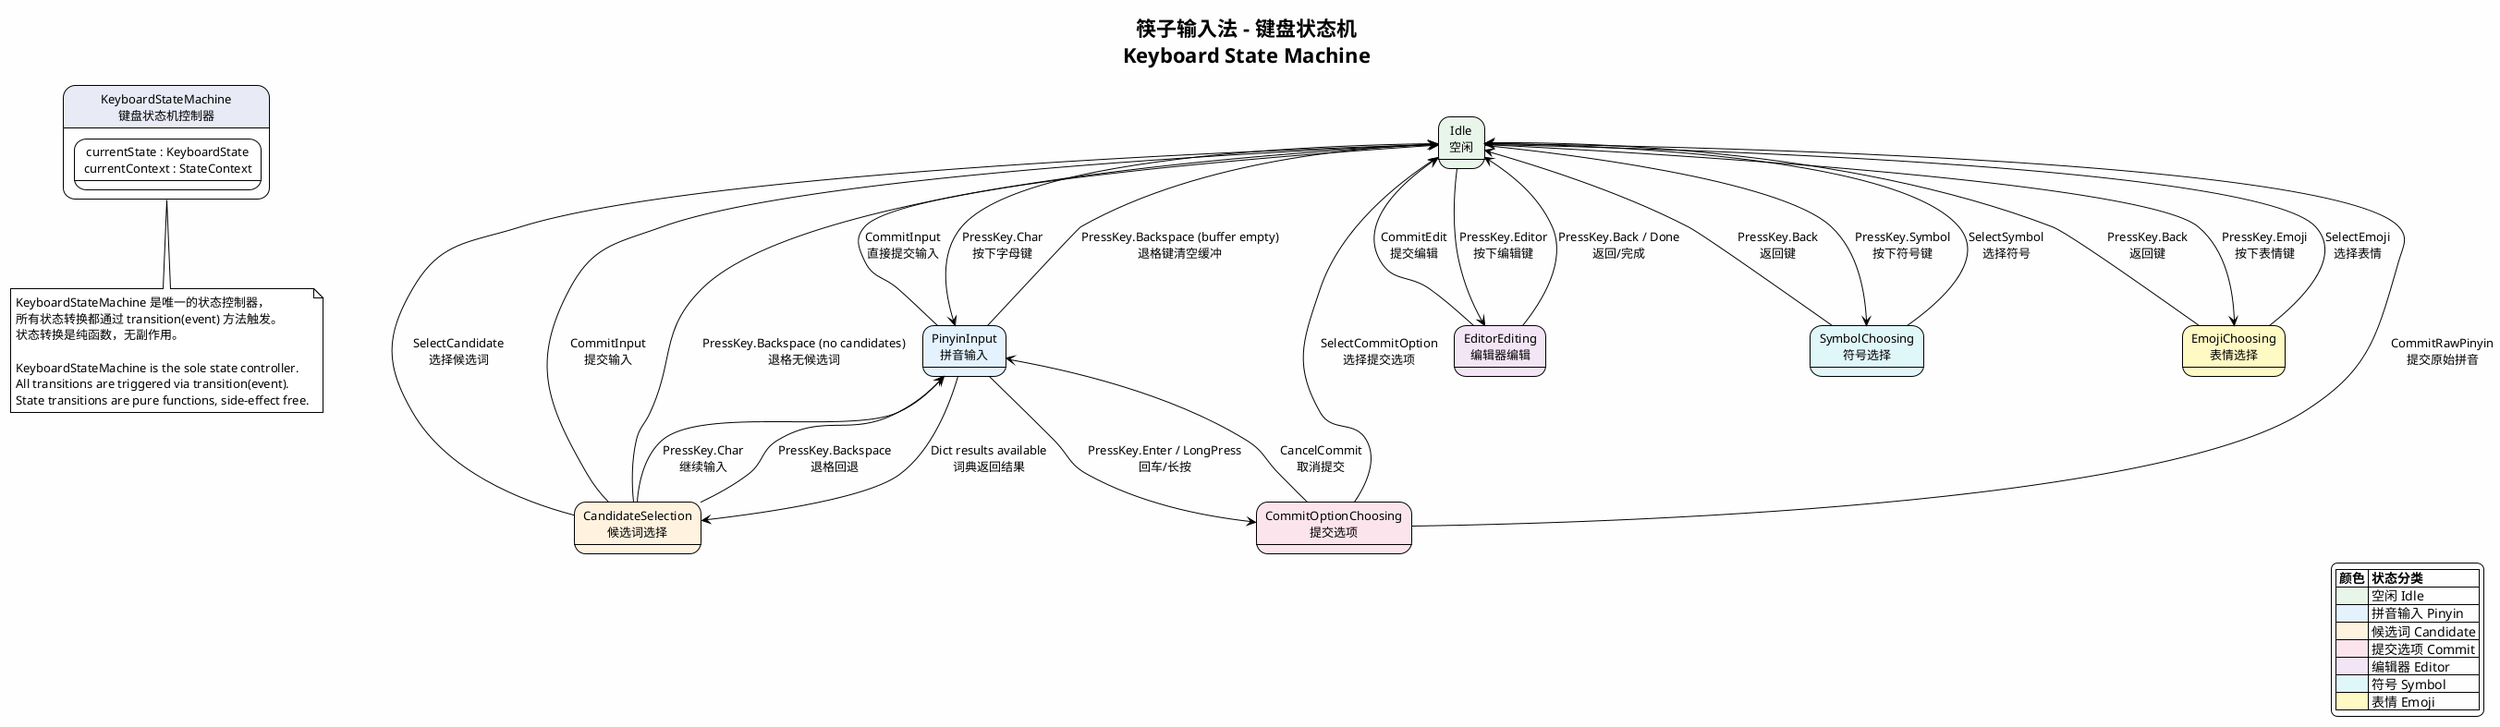
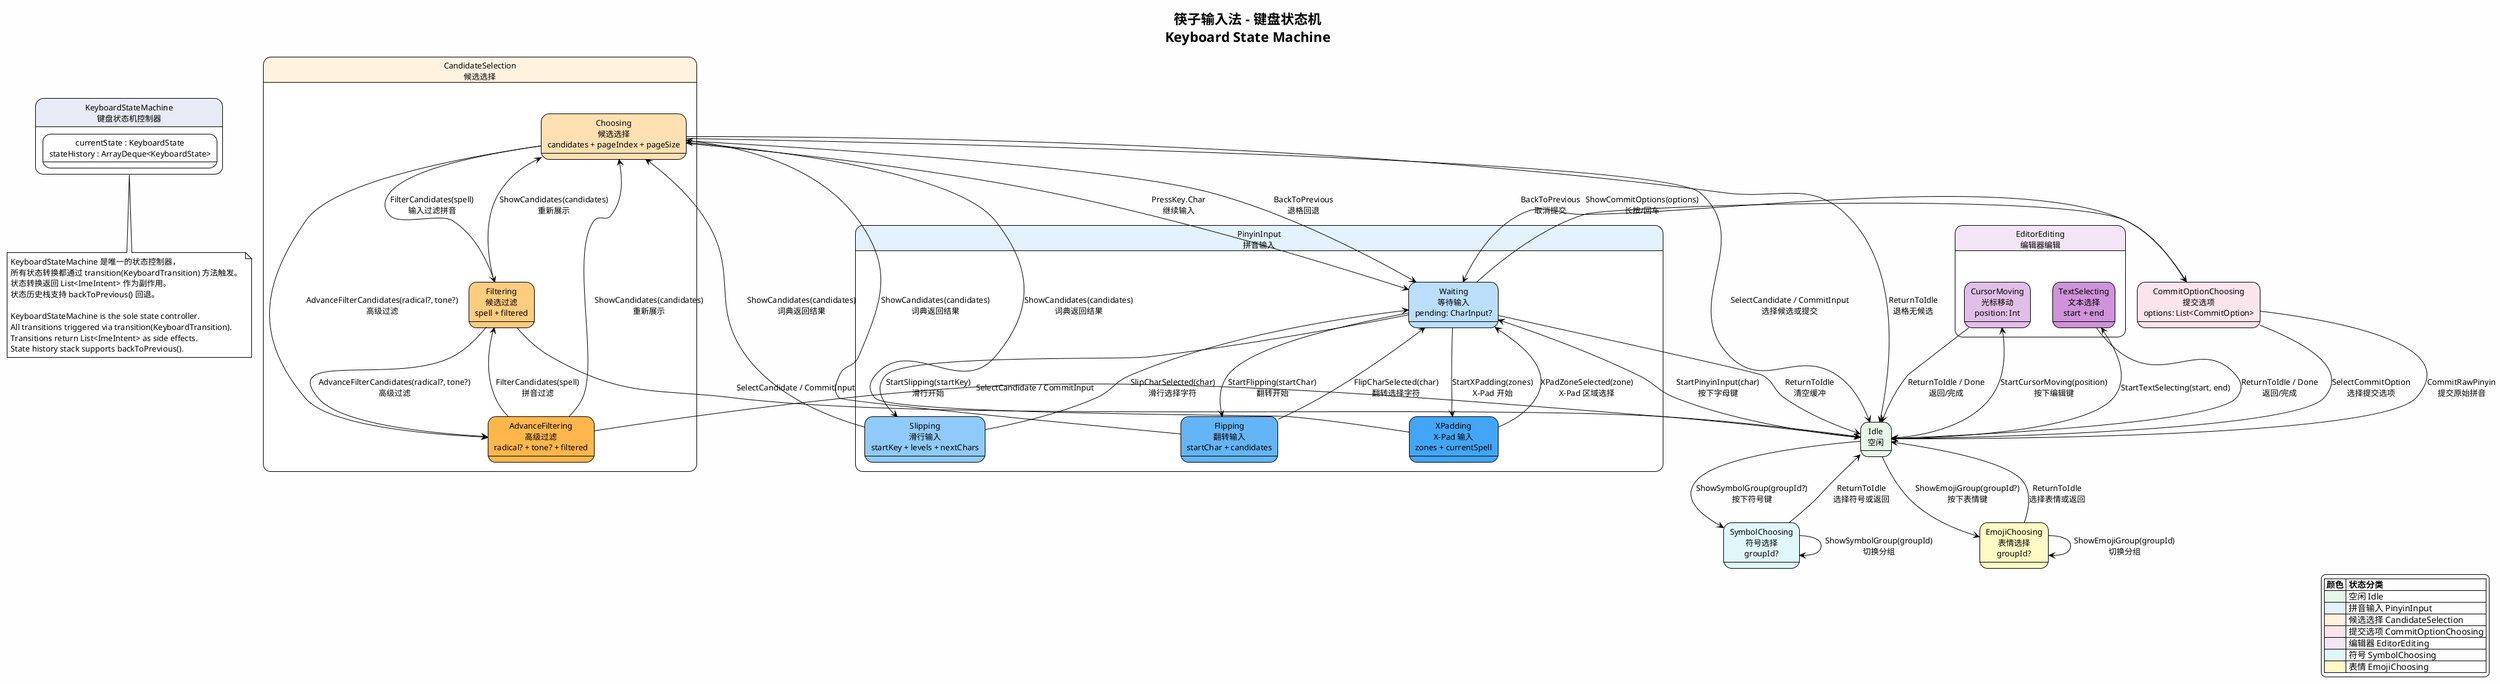
@startuml engine-state-machine
!theme plain
skinparam backgroundColor #FEFEFE
skinparam shadowing false
skinparam defaultFontSize 13
skinparam stateFontSize 13

title 筷子输入法 - 键盘状态机\nKeyboard State Machine

' ─── Controller ────────────────────────────────────────────────────

state "KeyboardStateMachine\n键盘状态机控制器" as KSM #E8EAF6 {
-     state "currentState : KeyboardState\ncurrentContext : StateContext" as context
+     state "currentState : KeyboardState\nstateHistory : ArrayDeque<KeyboardState>" as context
}

- ' ─── States ────────────────────────────────────────────────────────
+ ' ─── Top-level States ──────────────────────────────────────────────

state "Idle\n空闲" as Idle #E8F5E9
- state "PinyinInput\n拼音输入" as PinyinInput #E3F2FD
- state "CandidateSelection\n候选词选择" as CandidateSelection #FFF3E0
- state "CommitOptionChoosing\n提交选项" as CommitOptionChoosing #FCE4EC
- state "EditorEditing\n编辑器编辑" as EditorEditing #F3E5F5
- state "SymbolChoosing\n符号选择" as SymbolChoosing #E0F7FA
- state "EmojiChoosing\n表情选择" as EmojiChoosing #FFF9C4
+ 
+ state "PinyinInput\n拼音输入" as PinyinInput #E3F2FD {
+     state "Waiting\n等待输入\npending: CharInput?" as PinyinWaiting #BBDEFB
+     state "Slipping\n滑行输入\nstartKey + levels + nextChars" as PinyinSlipping #90CAF9
+     state "Flipping\n翻转输入\nstartChar + candidates" as PinyinFlipping #64B5F6
+     state "XPadding\nX-Pad 输入\nzones + currentSpell" as PinyinXPadding #42A5F5
+ }
+ 
+ state "CandidateSelection\n候选选择" as CandidateSelection #FFF3E0 {
+     state "Choosing\n候选选择\ncandidates + pageIndex + pageSize" as CandidateChoosing #FFE0B2
+     state "Filtering\n候选过滤\nspell + filtered" as CandidateFiltering #FFCC80
+     state "AdvanceFiltering\n高级过滤\nradical? + tone? + filtered" as CandidateAdvanceFiltering #FFB74D
+ }
+ 
+ state "CommitOptionChoosing\n提交选项\noptions: List<CommitOption>" as CommitOptionChoosing #FCE4EC
+ 
+ state "EditorEditing\n编辑器编辑" as EditorEditing #F3E5F5 {
+     state "CursorMoving\n光标移动\nposition: Int" as EditorCursorMoving #E1BEE7
+     state "TextSelecting\n文本选择\nstart + end" as EditorTextSelecting #CE93D8
+ }
+ 
+ state "SymbolChoosing\n符号选择\ngroupId?" as SymbolChoosing #E0F7FA
+ 
+ state "EmojiChoosing\n表情选择\ngroupId?" as EmojiChoosing #FFF9C4

' ─── Idle Transitions ──────────────────────────────────────────────

- Idle --> PinyinInput : PressKey.Char\n按下字母键
- Idle --> EditorEditing : PressKey.Editor\n按下编辑键
- Idle --> SymbolChoosing : PressKey.Symbol\n按下符号键
- Idle --> EmojiChoosing : PressKey.Emoji\n按下表情键
+ Idle --> PinyinWaiting : StartPinyinInput(char)\n按下字母键
+ Idle --> EditorCursorMoving : StartCursorMoving(position)\n按下编辑键
+ Idle --> EditorTextSelecting : StartTextSelecting(start, end)
+ Idle --> SymbolChoosing : ShowSymbolGroup(groupId?)\n按下符号键
+ Idle --> EmojiChoosing : ShowEmojiGroup(groupId?)\n按下表情键

- ' ─── PinyinInput Transitions ──────────────────────────────────────
+ ' ─── PinyinInput Sub-state Transitions ─────────────────────────────

- PinyinInput --> CandidateSelection : Dict results available\n词典返回结果
- PinyinInput --> Idle : PressKey.Backspace (buffer empty)\n退格键清空缓冲
- PinyinInput --> CommitOptionChoosing : PressKey.Enter / LongPress\n回车/长按
- PinyinInput --> Idle : CommitInput\n直接提交输入
+ PinyinWaiting --> PinyinSlipping : StartSlipping(startKey)\n滑行开始
+ PinyinWaiting --> PinyinFlipping : StartFlipping(startChar)\n翻转开始
+ PinyinWaiting --> PinyinXPadding : StartXPadding(zones)\nX-Pad 开始

- ' ─── CandidateSelection Transitions ───────────────────────────────
+ PinyinSlipping --> PinyinWaiting : SlipCharSelected(char)\n滑行选择字符
+ PinyinSlipping --> CandidateChoosing : ShowCandidates(candidates)\n词典返回结果

- CandidateSelection --> Idle : SelectCandidate\n选择候选词
- CandidateSelection --> Idle : CommitInput\n提交输入
- CandidateSelection --> PinyinInput : PressKey.Char\n继续输入
- CandidateSelection --> Idle : PressKey.Backspace (no candidates)\n退格无候选词
- CandidateSelection --> PinyinInput : PressKey.Backspace\n退格回退
+ PinyinFlipping --> PinyinWaiting : FlipCharSelected(char)\n翻转选择字符
+ PinyinFlipping --> CandidateChoosing : ShowCandidates(candidates)\n词典返回结果
+ 
+ PinyinXPadding --> PinyinWaiting : XPadZoneSelected(zone)\nX-Pad 区域选择
+ PinyinXPadding --> CandidateChoosing : ShowCandidates(candidates)\n词典返回结果
+ 
+ ' ─── CandidateSelection Sub-state Transitions ─────────────────────
+ 
+ CandidateChoosing --> CandidateFiltering : FilterCandidates(spell)\n输入过滤拼音
+ CandidateChoosing --> CandidateAdvanceFiltering : AdvanceFilterCandidates(radical?, tone?)\n高级过滤
+ CandidateChoosing --> Idle : SelectCandidate / CommitInput\n选择候选或提交
+ 
+ CandidateFiltering --> CandidateChoosing : ShowCandidates(candidates)\n重新展示
+ CandidateFiltering --> CandidateAdvanceFiltering : AdvanceFilterCandidates(radical?, tone?)\n高级过滤
+ CandidateFiltering --> Idle : SelectCandidate / CommitInput
+ 
+ CandidateAdvanceFiltering --> CandidateChoosing : ShowCandidates(candidates)\n重新展示
+ CandidateAdvanceFiltering --> CandidateFiltering : FilterCandidates(spell)\n拼音过滤
+ CandidateAdvanceFiltering --> Idle : SelectCandidate / CommitInput
+ 
+ ' ─── CandidateSelection → PinyinInput ─────────────────────────────
+ 
+ CandidateChoosing --> PinyinWaiting : PressKey.Char\n继续输入
+ CandidateChoosing --> PinyinWaiting : BackToPrevious\n退格回退

' ─── CommitOptionChoosing Transitions ─────────────────────────────

+ PinyinWaiting --> CommitOptionChoosing : ShowCommitOptions(options)\n长按/回车
+ 
CommitOptionChoosing --> Idle : SelectCommitOption\n选择提交选项
- CommitOptionChoosing --> PinyinInput : CancelCommit\n取消提交
+ CommitOptionChoosing --> PinyinWaiting : BackToPrevious\n取消提交
CommitOptionChoosing --> Idle : CommitRawPinyin\n提交原始拼音

' ─── EditorEditing Transitions ────────────────────────────────────

- EditorEditing --> Idle : PressKey.Back / Done\n返回/完成
- EditorEditing --> Idle : CommitEdit\n提交编辑
+ EditorCursorMoving --> Idle : ReturnToIdle / Done\n返回/完成
+ EditorTextSelecting --> Idle : ReturnToIdle / Done\n返回/完成

' ─── SymbolChoosing Transitions ───────────────────────────────────

- SymbolChoosing --> Idle : SelectSymbol\n选择符号
- SymbolChoosing --> Idle : PressKey.Back\n返回键
+ SymbolChoosing --> Idle : ReturnToIdle\n选择符号或返回
+ SymbolChoosing --> SymbolChoosing : ShowSymbolGroup(groupId)\n切换分组

' ─── EmojiChoosing Transitions ────────────────────────────────────

- EmojiChoosing --> Idle : SelectEmoji\n选择表情
- EmojiChoosing --> Idle : PressKey.Back\n返回键
+ EmojiChoosing --> Idle : ReturnToIdle\n选择表情或返回
+ EmojiChoosing --> EmojiChoosing : ShowEmojiGroup(groupId)\n切换分组
+ 
+ ' ─── Common Return ────────────────────────────────────────────────
+ 
+ PinyinWaiting --> Idle : ReturnToIdle\n清空缓冲
+ CandidateChoosing --> Idle : ReturnToIdle\n退格无候选

' ─── Legend ────────────────────────────────────────────────────────

legend right
    |= 颜色 |= 状态分类 |
    |<#E8F5E9>| 空闲 Idle |
-     |<#E3F2FD>| 拼音输入 Pinyin |
-     |<#FFF3E0>| 候选词 Candidate |
-     |<#FCE4EC>| 提交选项 Commit |
-     |<#F3E5F5>| 编辑器 Editor |
-     |<#E0F7FA>| 符号 Symbol |
-     |<#FFF9C4>| 表情 Emoji |
+     |<#E3F2FD>| 拼音输入 PinyinInput |
+     |<#FFF3E0>| 候选选择 CandidateSelection |
+     |<#FCE4EC>| 提交选项 CommitOptionChoosing |
+     |<#F3E5F5>| 编辑器 EditorEditing |
+     |<#E0F7FA>| 符号 SymbolChoosing |
+     |<#FFF9C4>| 表情 EmojiChoosing |
endlegend

note bottom of KSM
    KeyboardStateMachine 是唯一的状态控制器，
-     所有状态转换都通过 transition(event) 方法触发。
-     状态转换是纯函数，无副作用。
+     所有状态转换都通过 transition(KeyboardTransition) 方法触发。
+     状态转换返回 List<ImeIntent> 作为副作用。
+     状态历史栈支持 backToPrevious() 回退。

    KeyboardStateMachine is the sole state controller.
-     All transitions are triggered via transition(event).
-     State transitions are pure functions, side-effect free.
+     All transitions triggered via transition(KeyboardTransition).
+     Transitions return List<ImeIntent> as side effects.
+     State history stack supports backToPrevious().
end note

@enduml
